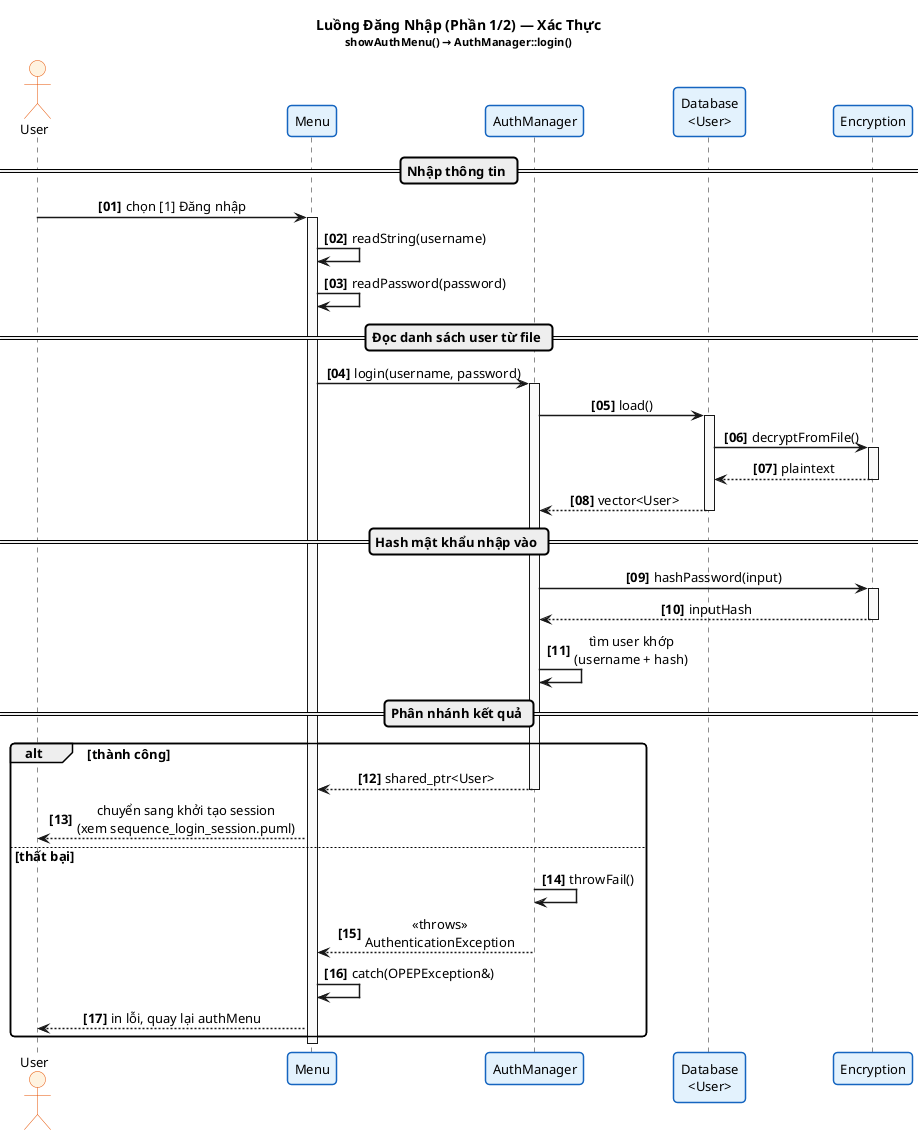
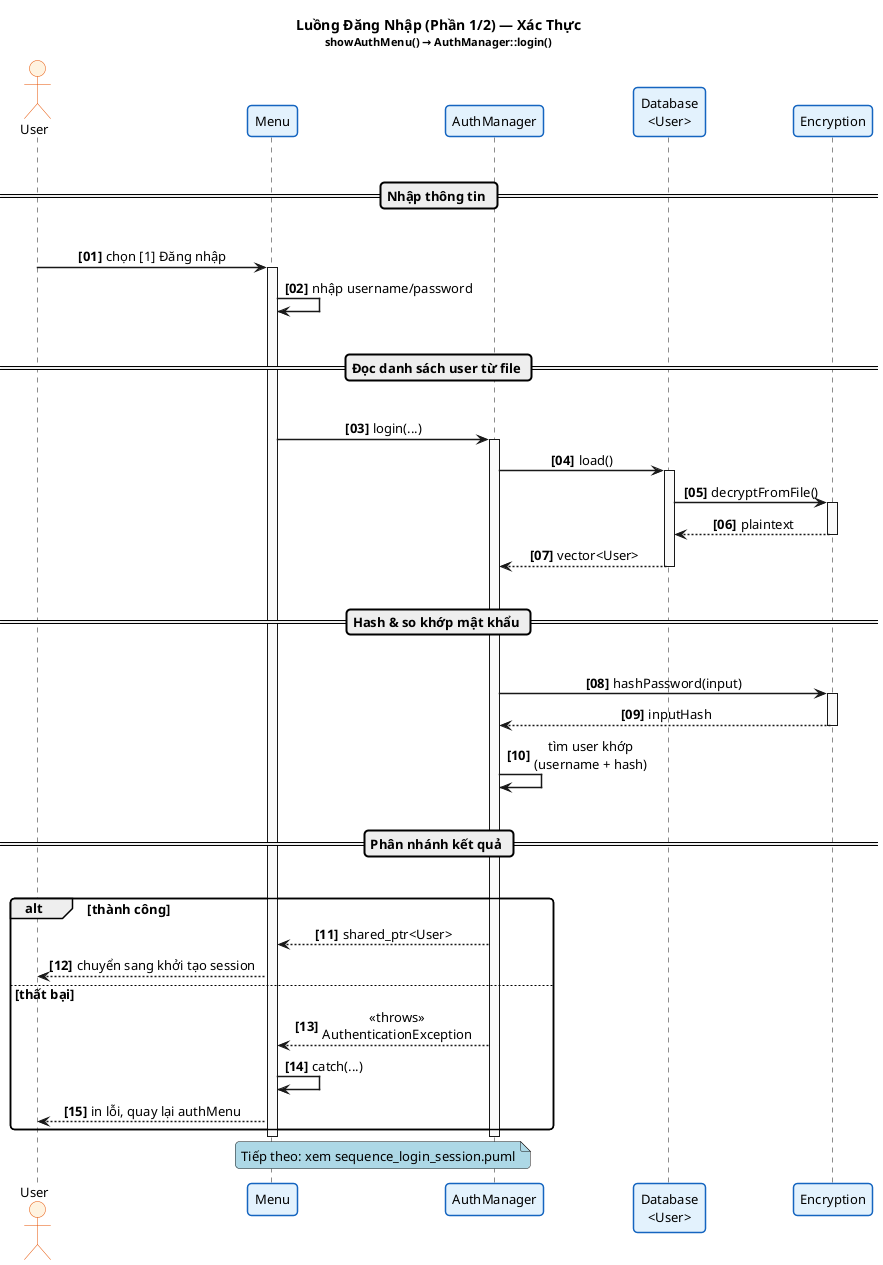
@startuml sequence_login

skinparam defaultFontSize 13
skinparam sequenceMessageAlign center
skinparam sequenceArrowThickness 1.5
skinparam lifelineBorderColor #444444
skinparam sequenceParticipantBorderThickness 1.5
skinparam shadowing false
skinparam roundCorner 8

skinparam sequence {
    LifeLineBackgroundColor #FAFAFA
    ParticipantBackgroundColor #E3F2FD
    ParticipantBorderColor #1565C0
    ActorBackgroundColor #FFF3E0
    ActorBorderColor #E65100
}

autonumber "<b>[00]</b>"

title <b>Luồng Đăng Nhập (Phần 1/2) — Xác Thực</b>\n<size:11>showAuthMenu() → AuthManager::login()</size>

actor       "User"          as U
participant "Menu"          as M
participant "AuthManager"   as AM
participant "Database\n<User>" as DB
participant "Encryption"    as ENC

+ |||
== Nhập thông tin ==
+ |||

U  -> M : chọn [1] Đăng nhập
activate M

- M  -> M : readString(username)
- M  -> M : readPassword(password)
+ M  -> M : nhập username/password

+ |||
== Đọc danh sách user từ file ==
+ |||

- M  -> AM : login(username, password)
+ M  -> AM : login(...)
activate AM

AM -> DB : load()
activate DB

DB -> ENC : decryptFromFile()
activate ENC
ENC --> DB : plaintext
deactivate ENC

DB --> AM : vector<User>
deactivate DB

- == Hash mật khẩu nhập vào ==
+ |||
+ == Hash & so khớp mật khẩu ==
+ |||

AM -> ENC : hashPassword(input)
activate ENC
ENC --> AM : inputHash
deactivate ENC

AM -> AM : tìm user khớp\n(username + hash)

+ |||
== Phân nhánh kết quả ==
+ |||

alt thành công

    AM --> M : shared_ptr<User>
-     deactivate AM
-     M --> U  : chuyển sang khởi tạo session\n(xem sequence_login_session.puml)
+     M --> U  : chuyển sang khởi tạo session

else thất bại

-     AM -> AM : throwFail()
    AM --> M : <<throws>>\nAuthenticationException
-     deactivate AM
- 
-     M -> M : catch(OPEPException&)
+     M -> M : catch(...)
    M --> U : in lỗi, quay lại authMenu

end

+ deactivate AM
deactivate M

- @enduml+ note over M, AM #LightBlue
+   Tiếp theo: xem sequence_login_session.puml
+ end note
+ 
+ @enduml
